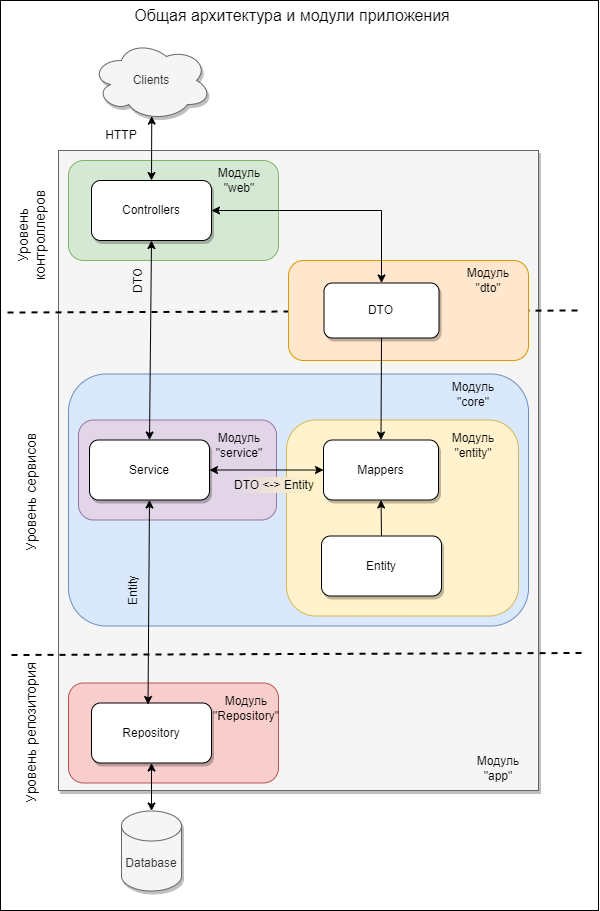
Before: docs/images/Scheme-architecture.png, a diagram exported from draw.io (borshchevskiy/Digital_Design_Project_Control_System). Source tidied: cells renumbered, new cells last; positions are measured from the earlier drawing's top-left corner, leaving out a move shared by most shapes.
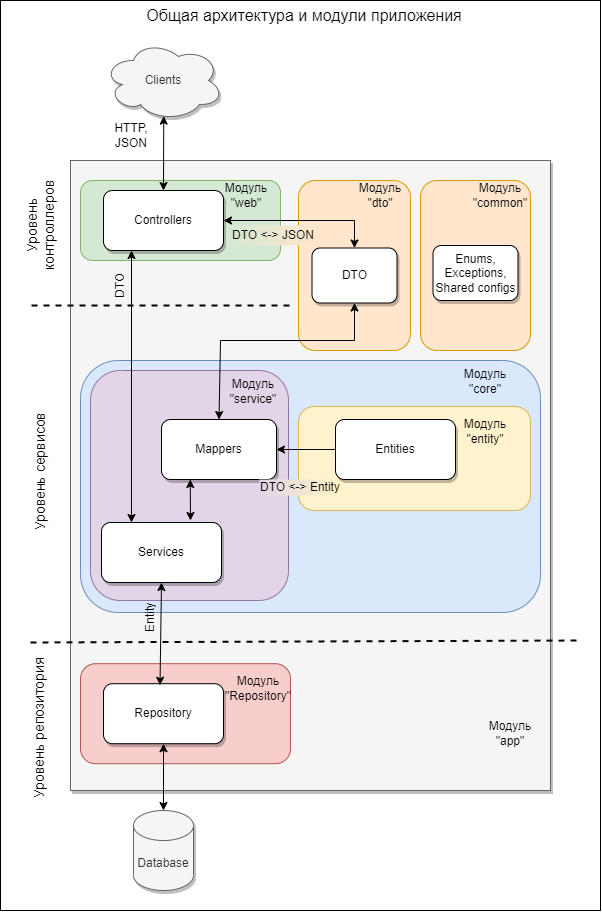
The same diagram one commit later.

What changed in the source:
```diff
@@ -1,92 +1,105 @@
-<mxGraphModel>
+<mxGraphModel background="#ffffff">
   <root>
     <mxCell id="0" />
     <mxCell id="1" parent="0" />
-    <mxCell id="2" style="rounded=0;whiteSpace=wrap;html=1;fillColor=none;" parent="1" vertex="1">
-      <mxGeometry x="45" width="598" height="910" as="geometry" />
-    </mxCell>
+    <mxCell id="43" style="rounded=0;whiteSpace=wrap;html=1;fillColor=none;" parent="1" vertex="1">
+      <mxGeometry x="33" width="600" height="910" as="geometry" />
+    </mxCell>
     <mxCell id="3" style="rounded=0;whiteSpace=wrap;html=1;fillColor=#f5f5f5;fontColor=#333333;strokeColor=#666666;shadow=1;" parent="1" vertex="1">
-      <mxGeometry x="103" y="150" width="480" height="640" as="geometry" />
+      <mxGeometry x="103" y="160" width="480" height="630" as="geometry" />
     </mxCell>
     <mxCell id="4" style="rounded=1;whiteSpace=wrap;html=1;fillColor=#dae8fc;strokeColor=#6c8ebf;" parent="1" vertex="1">
-      <mxGeometry x="113" y="373.5" width="460" height="252" as="geometry" />
+      <mxGeometry x="113" y="360" width="460" height="252" as="geometry" />
     </mxCell>
     <mxCell id="5" style="rounded=1;whiteSpace=wrap;html=1;fillColor=#fff2cc;strokeColor=#d6b656;" parent="1" vertex="1">
-      <mxGeometry x="331" y="419.5" width="232" height="196" as="geometry" />
+      <mxGeometry x="331" y="406" width="232" height="104" as="geometry" />
     </mxCell>
     <mxCell id="6" style="rounded=1;whiteSpace=wrap;html=1;fillColor=#e1d5e7;strokeColor=#9673a6;" parent="1" vertex="1">
-      <mxGeometry x="123" y="419.5" width="198" height="100" as="geometry" />
+      <mxGeometry x="123" y="370" width="198" height="230" as="geometry" />
     </mxCell>
+    <mxCell id="36" style="rounded=1;whiteSpace=wrap;html=1;fillColor=#ffe6cc;strokeColor=#d79b00;" parent="1" vertex="1">
+      <mxGeometry x="331" y="180" width="112" height="170" as="geometry" />
+    </mxCell>
     <mxCell id="7" style="rounded=1;whiteSpace=wrap;html=1;fillColor=#f8cecc;strokeColor=#b85450;" parent="1" vertex="1">
-      <mxGeometry x="113" y="682.5" width="210" height="100" as="geometry" />
+      <mxGeometry x="113" y="663.2" width="210" height="100" as="geometry" />
     </mxCell>
     <mxCell id="8" style="rounded=1;whiteSpace=wrap;html=1;fillColor=#d5e8d4;strokeColor=#82b366;" parent="1" vertex="1">
-      <mxGeometry x="113" y="160" width="210" height="100" as="geometry" />
+      <mxGeometry x="113" y="180" width="200" height="80" as="geometry" />
     </mxCell>
     <mxCell id="9" value="Controllers" style="rounded=1;whiteSpace=wrap;html=1;fillColor=default;strokeColor=default;glass=0;shadow=1;fillStyle=auto;" parent="1" vertex="1">
-      <mxGeometry x="136" y="180" width="120" height="60" as="geometry" />
+      <mxGeometry x="136" y="190" width="120" height="60" as="geometry" />
     </mxCell>
-    <mxCell id="10" value="HTTP" style="text;html=1;strokeColor=none;fillColor=none;align=center;verticalAlign=middle;whiteSpace=wrap;rounded=0;" parent="1" vertex="1">
-      <mxGeometry x="136" y="120" width="60" height="30" as="geometry" />
+    <mxCell id="10" value="HTTP,&lt;br&gt;JSON" style="text;html=1;strokeColor=none;fillColor=none;align=center;verticalAlign=middle;whiteSpace=wrap;rounded=0;" parent="1" vertex="1">
+      <mxGeometry x="134" y="120" width="60" height="30" as="geometry" />
     </mxCell>
     <mxCell id="11" style="endArrow=classic;html=1;rounded=0;exitX=0.5;exitY=0;exitDx=0;exitDy=0;entryX=0.502;entryY=0.945;entryDx=0;entryDy=0;entryPerimeter=0;startArrow=classic;startFill=1;" parent="1" edge="1" source="9" target="24">
       <mxGeometry relative="1" as="geometry" />
     </mxCell>
     <mxCell id="12" value="DTO" style="text;html=1;strokeColor=none;fillColor=none;align=center;verticalAlign=middle;whiteSpace=wrap;rounded=0;rotation=-90;" parent="1" vertex="1">
-      <mxGeometry x="153" y="265" width="60" height="30" as="geometry" />
+      <mxGeometry x="123" y="270" width="60" height="30" as="geometry" />
     </mxCell>
-    <mxCell id="13" value="Service" style="rounded=1;whiteSpace=wrap;html=1;shadow=1;" parent="1" vertex="1">
-      <mxGeometry x="134" y="439.5" width="120" height="60" as="geometry" />
+    <mxCell id="13" value="Services" style="rounded=1;whiteSpace=wrap;html=1;shadow=1;" parent="1" vertex="1">
+      <mxGeometry x="134" y="522" width="120" height="60" as="geometry" />
     </mxCell>
     <mxCell id="14" value="Mappers" style="rounded=1;whiteSpace=wrap;html=1;shadow=1;" parent="1" vertex="1">
-      <mxGeometry x="368" y="439.5" width="115" height="60" as="geometry" />
+      <mxGeometry x="194" y="419" width="115" height="60" as="geometry" />
     </mxCell>
     <mxCell id="15" value="Repository" style="rounded=1;whiteSpace=wrap;html=1;shadow=1;" parent="1" vertex="1">
-      <mxGeometry x="136" y="702.5" width="120" height="60" as="geometry" />
+      <mxGeometry x="136" y="683.2" width="120" height="60" as="geometry" />
     </mxCell>
     <mxCell id="16" value="Entity" style="text;html=1;strokeColor=none;fillColor=none;align=center;verticalAlign=middle;whiteSpace=wrap;rounded=0;rotation=-90;" parent="1" vertex="1">
-      <mxGeometry x="147" y="574.5" width="60" height="30" as="geometry" />
+      <mxGeometry x="153" y="602" width="60" height="30" as="geometry" />
     </mxCell>
     <mxCell id="17" value="Database" style="shape=cylinder3;whiteSpace=wrap;html=1;boundedLbl=1;backgroundOutline=1;size=15;fillColor=#f5f5f5;strokeColor=#666666;fontColor=#333333;shadow=1;" parent="1" vertex="1">
-      <mxGeometry x="166" y="810.5" width="60" height="80" as="geometry" />
+      <mxGeometry x="166" y="810" width="60" height="80" as="geometry" />
     </mxCell>
     <mxCell id="18" style="endArrow=classic;startArrow=classic;html=1;rounded=0;exitX=0.5;exitY=0;exitDx=0;exitDy=0;exitPerimeter=0;" parent="1" edge="1" source="17">
       <mxGeometry relative="1" as="geometry">
-        <mxPoint x="196" y="762.5" as="targetPoint" />
+        <mxPoint x="196" y="743.2" as="targetPoint" />
       </mxGeometry>
     </mxCell>
-    <mxCell id="19" style="endArrow=classic;startArrow=classic;html=1;rounded=0;exitX=0;exitY=0.5;exitDx=0;exitDy=0;entryX=1;entryY=0.5;entryDx=0;entryDy=0;startFill=1;endFill=1;" parent="1" edge="1" source="14" target="13">
-      <mxGeometry relative="1" as="geometry" />
+    <mxCell id="19" style="endArrow=classic;startArrow=classic;html=1;rounded=0;exitX=0.25;exitY=1;exitDx=0;exitDy=0;startFill=1;endFill=1;" parent="1" edge="1" source="14">
+      <mxGeometry relative="1" as="geometry">
+        <mxPoint x="223" y="520" as="targetPoint" />
+      </mxGeometry>
     </mxCell>
     <mxCell id="20" value="DTO &amp;lt;-&amp;gt; Entity" style="text;html=1;strokeColor=none;fillColor=#FFF4C3;align=center;verticalAlign=middle;whiteSpace=wrap;rounded=0;gradientColor=#E1D5E7;gradientDirection=west;shadow=0;glass=0;" parent="1" vertex="1">
-      <mxGeometry x="278" y="476.5" width="82" height="16" as="geometry" />
+      <mxGeometry x="292" y="479" width="82" height="16" as="geometry" />
     </mxCell>
     <mxCell id="21" value="Модуль&lt;br&gt;&quot;web&quot;" style="text;html=1;strokeColor=none;fillColor=none;align=center;verticalAlign=middle;whiteSpace=wrap;rounded=0;" parent="1" vertex="1">
-      <mxGeometry x="254" y="165" width="60" height="30" as="geometry" />
+      <mxGeometry x="249" y="180" width="60" height="30" as="geometry" />
     </mxCell>
     <mxCell id="22" value="Модуль&lt;br&gt;&quot;core&quot;" style="text;html=1;strokeColor=none;fillColor=none;align=center;verticalAlign=middle;whiteSpace=wrap;rounded=0;" parent="1" vertex="1">
-      <mxGeometry x="488" y="379.5" width="60" height="30" as="geometry" />
+      <mxGeometry x="488" y="366" width="60" height="30" as="geometry" />
     </mxCell>
     <mxCell id="23" value="Модуль&lt;br&gt;&quot;Repository&quot;" style="text;html=1;strokeColor=none;fillColor=none;align=center;verticalAlign=middle;whiteSpace=wrap;rounded=0;" parent="1" vertex="1">
-      <mxGeometry x="261" y="692.5" width="60" height="30" as="geometry" />
+      <mxGeometry x="261" y="673.2" width="60" height="30" as="geometry" />
     </mxCell>
     <mxCell id="24" value="Clients" style="ellipse;shape=cloud;whiteSpace=wrap;html=1;fillColor=#f5f5f5;fontColor=#333333;strokeColor=#666666;shadow=1;" parent="1" vertex="1">
       <mxGeometry x="136" y="40" width="120" height="80" as="geometry" />
     </mxCell>
+    <mxCell id="40" value="Модуль&lt;br&gt;&quot;dto&quot;" style="text;html=1;strokeColor=none;fillColor=none;align=center;verticalAlign=middle;whiteSpace=wrap;rounded=0;" parent="1" vertex="1">
+      <mxGeometry x="383" y="180" width="60" height="30" as="geometry" />
+    </mxCell>
+    <mxCell id="39" value="DTO" style="rounded=1;whiteSpace=wrap;html=1;shadow=1;" parent="1" vertex="1">
+      <mxGeometry x="344.5" y="247.5" width="85" height="55" as="geometry" />
+    </mxCell>
     <mxCell id="25" value="Модуль&lt;br&gt;&quot;service&quot;" style="text;html=1;strokeColor=none;fillColor=none;align=center;verticalAlign=middle;whiteSpace=wrap;rounded=0;" parent="1" vertex="1">
-      <mxGeometry x="254" y="429.5" width="60" height="30" as="geometry" />
+      <mxGeometry x="256" y="376" width="60" height="30" as="geometry" />
     </mxCell>
     <mxCell id="26" value="Модуль&lt;br&gt;&quot;entity&quot;" style="text;html=1;strokeColor=none;fillColor=none;align=center;verticalAlign=middle;whiteSpace=wrap;rounded=0;" parent="1" vertex="1">
-      <mxGeometry x="488" y="429.5" width="60" height="30" as="geometry" />
+      <mxGeometry x="488" y="416" width="60" height="30" as="geometry" />
     </mxCell>
-    <mxCell id="27" value="Entity" style="rounded=1;whiteSpace=wrap;html=1;shadow=1;" parent="1" vertex="1">
-      <mxGeometry x="366" y="535.5" width="120" height="60" as="geometry" />
+    <mxCell id="27" value="Entities" style="rounded=1;whiteSpace=wrap;html=1;shadow=1;" parent="1" vertex="1">
+      <mxGeometry x="368" y="419" width="120" height="60" as="geometry" />
     </mxCell>
-    <mxCell id="28" style="endArrow=classic;startArrow=none;html=1;rounded=0;entryX=0.5;entryY=1;entryDx=0;entryDy=0;exitX=0.5;exitY=0;exitDx=0;exitDy=0;startFill=0;" parent="1" edge="1" source="27" target="14">
+    <mxCell id="28" style="endArrow=classic;startArrow=none;html=1;rounded=0;entryX=1;entryY=0.5;entryDx=0;entryDy=0;exitX=0;exitY=0.5;exitDx=0;exitDy=0;startFill=0;" parent="1" edge="1" source="27" target="14">
       <mxGeometry relative="1" as="geometry" />
     </mxCell>
-    <mxCell id="29" style="endArrow=classic;startArrow=classic;html=1;rounded=0;entryX=0.5;entryY=1;entryDx=0;entryDy=0;exitX=0.5;exitY=0;exitDx=0;exitDy=0;" parent="1" edge="1" source="13" target="9">
-      <mxGeometry relative="1" as="geometry" />
+    <mxCell id="29" style="endArrow=classic;startArrow=classic;html=1;rounded=0;exitX=0.25;exitY=0;exitDx=0;exitDy=0;" parent="1" edge="1" source="13">
+      <mxGeometry relative="1" as="geometry">
+        <mxPoint x="164" y="250" as="targetPoint" />
+      </mxGeometry>
     </mxCell>
     <mxCell id="30" style="endArrow=classic;startArrow=classic;html=1;rounded=0;entryX=0.5;entryY=1;entryDx=0;entryDy=0;exitX=0.471;exitY=0.025;exitDx=0;exitDy=0;exitPerimeter=0;" parent="1" edge="1" source="15" target="13">
       <mxGeometry relative="1" as="geometry" />
@@ -95,43 +108,55 @@
       <mxGeometry x="165" width="344" height="30" as="geometry" />
     </mxCell>
     <mxCell id="32" value="Модуль&lt;br&gt;&quot;app&quot;" style="text;html=1;strokeColor=none;fillColor=none;align=center;verticalAlign=middle;whiteSpace=wrap;rounded=0;" parent="1" vertex="1">
-      <mxGeometry x="513" y="752.5" width="60" height="30" as="geometry" />
+      <mxGeometry x="513" y="718" width="60" height="30" as="geometry" />
     </mxCell>
-    <mxCell id="33" style="endArrow=none;dashed=1;html=1;rounded=0;strokeWidth=2;" parent="1" edge="1">
-      <mxGeometry relative="1" as="geometry">
-        <mxPoint x="52" y="312" as="sourcePoint" />
-        <mxPoint x="622" y="310" as="targetPoint" />
-      </mxGeometry>
-    </mxCell>
+    <mxCell id="44" style="endArrow=none;dashed=1;html=1;rounded=0;strokeWidth=2;" parent="1" edge="1">
+      <mxGeometry relative="1" as="geometry">
+        <mxPoint x="64" y="305" as="sourcePoint" />
+        <mxPoint x="324" y="305" as="targetPoint" />
+      </mxGeometry>
+    </mxCell>
+    <mxCell id="45" style="endArrow=none;dashed=1;html=1;rounded=0;strokeWidth=2;" parent="1" edge="1">
+      <mxGeometry relative="1" as="geometry">
+        <mxPoint x="63" y="642" as="sourcePoint" />
+        <mxPoint x="613" y="640" as="targetPoint" />
+      </mxGeometry>
+    </mxCell>
-    <mxCell id="34" value="&lt;font style=&quot;font-size: 14px;&quot;&gt;Уровень контроллеров&lt;/font&gt;" style="text;html=1;strokeColor=none;fillColor=none;align=center;verticalAlign=middle;whiteSpace=wrap;rounded=0;rotation=-90;" parent="1" vertex="1">
-      <mxGeometry x="13" y="220" width="125" height="30" as="geometry" />
+    <mxCell id="34" value="&lt;font style=&quot;font-size: 14px;&quot;&gt;Уровень контроллеров&lt;br&gt;&lt;/font&gt;" style="text;html=1;strokeColor=none;fillColor=none;align=center;verticalAlign=middle;whiteSpace=wrap;rounded=0;rotation=-90;" parent="1" vertex="1">
+      <mxGeometry x="9" y="210" width="127" height="30" as="geometry" />
     </mxCell>
-    <mxCell id="35" style="endArrow=none;dashed=1;html=1;rounded=0;strokeWidth=2;" parent="1" edge="1">
-      <mxGeometry relative="1" as="geometry">
-        <mxPoint x="56" y="654.5" as="sourcePoint" />
-        <mxPoint x="626" y="652.5" as="targetPoint" />
-      </mxGeometry>
-    </mxCell>
-    <mxCell id="36" style="rounded=1;whiteSpace=wrap;html=1;fillColor=#ffe6cc;strokeColor=#d79b00;" parent="1" vertex="1">
-      <mxGeometry x="333" y="260" width="240" height="100" as="geometry" />
-    </mxCell>
+    <mxCell id="38" value="&lt;font style=&quot;font-size: 14px;&quot;&gt;Уровень сервисов&lt;br&gt;&lt;/font&gt;" style="text;html=1;strokeColor=none;fillColor=none;align=center;verticalAlign=middle;whiteSpace=wrap;rounded=0;rotation=-90;" parent="1" vertex="1">
+      <mxGeometry x="9" y="456" width="127" height="30" as="geometry" />
+    </mxCell>
-    <mxCell id="37" value="&lt;font style=&quot;font-size: 14px;&quot;&gt;Уровень репозитория&lt;/font&gt;" style="text;html=1;strokeColor=none;fillColor=none;align=center;verticalAlign=middle;whiteSpace=wrap;rounded=0;rotation=-90;" parent="1" vertex="1">
-      <mxGeometry y="717.5" width="151" height="30" as="geometry" />
+    <mxCell id="37" value="&lt;font style=&quot;font-size: 14px;&quot;&gt;Уровень репозитория&lt;br&gt;&lt;/font&gt;" style="text;html=1;strokeColor=none;fillColor=none;align=center;verticalAlign=middle;whiteSpace=wrap;rounded=0;rotation=-90;" parent="1" vertex="1">
+      <mxGeometry x="-0.5" y="713.2" width="146" height="30" as="geometry" />
     </mxCell>
-    <mxCell id="38" value="&lt;font style=&quot;font-size: 14px;&quot;&gt;Уровень сервисов&lt;/font&gt;" style="text;html=1;strokeColor=none;fillColor=none;align=center;verticalAlign=middle;whiteSpace=wrap;rounded=0;rotation=-90;" parent="1" vertex="1">
-      <mxGeometry x="8" y="476.5" width="135" height="30" as="geometry" />
-    </mxCell>
-    <mxCell id="39" value="DTO" style="rounded=1;whiteSpace=wrap;html=1;shadow=1;" parent="1" vertex="1">
-      <mxGeometry x="368.5" y="282.5" width="115" height="55" as="geometry" />
-    </mxCell>
-    <mxCell id="40" value="Модуль&lt;br&gt;&quot;dto&quot;" style="text;html=1;strokeColor=none;fillColor=none;align=center;verticalAlign=middle;whiteSpace=wrap;rounded=0;" parent="1" vertex="1">
-      <mxGeometry x="503" y="265" width="60" height="30" as="geometry" />
-    </mxCell>
+    <mxCell id="46" style="rounded=1;whiteSpace=wrap;html=1;fillColor=#ffe6cc;strokeColor=#d79b00;" parent="1" vertex="1">
+      <mxGeometry x="453" y="180" width="110" height="170" as="geometry" />
+    </mxCell>
+    <mxCell id="47" value="DTO &amp;lt;-&amp;gt; JSON" style="text;html=1;strokeColor=none;fillColor=#ffe6cc;align=center;verticalAlign=middle;whiteSpace=wrap;rounded=0;gradientDirection=west;gradientColor=#D5E8D4;" parent="1" vertex="1">
+      <mxGeometry x="261" y="225" width="90" height="20" as="geometry" />
+    </mxCell>
+    <mxCell id="48" value="Модуль&lt;br&gt;&quot;common&quot;" style="text;html=1;strokeColor=none;fillColor=none;align=center;verticalAlign=middle;whiteSpace=wrap;rounded=0;" parent="1" vertex="1">
+      <mxGeometry x="503" y="180" width="60" height="30" as="geometry" />
+    </mxCell>
+    <mxCell id="49" value="Enums, Exceptions, Shared configs" style="rounded=1;whiteSpace=wrap;html=1;shadow=1;" parent="1" vertex="1">
+      <mxGeometry x="465.5" y="245" width="85" height="55" as="geometry" />
+    </mxCell>
+    <mxCell id="50" style="endArrow=classic;startArrow=classic;html=1;rounded=0;entryX=0.5;entryY=0;entryDx=0;entryDy=0;exitX=1;exitY=0.5;exitDx=0;exitDy=0;" parent="1" edge="1" source="9" target="39">
+      <mxGeometry relative="1" as="geometry">
+        <Array as="points">
+          <mxPoint x="387" y="220" />
+        </Array>
+      </mxGeometry>
+    </mxCell>
-    <mxCell id="41" style="endArrow=none;startArrow=classic;html=1;rounded=0;entryX=0.5;entryY=1;entryDx=0;entryDy=0;exitX=0.5;exitY=0;exitDx=0;exitDy=0;startFill=1;endFill=0;" parent="1" edge="1" source="14" target="39">
-      <mxGeometry relative="1" as="geometry" />
+    <mxCell id="41" style="endArrow=classic;startArrow=classic;html=1;rounded=0;entryX=0.5;entryY=1;entryDx=0;entryDy=0;exitX=0.5;exitY=0;exitDx=0;exitDy=0;" parent="1" edge="1" source="14" target="39">
+      <mxGeometry relative="1" as="geometry">
+        <Array as="points">
+          <mxPoint x="253" y="340" />
+          <mxPoint x="387" y="340" />
+        </Array>
+      </mxGeometry>
     </mxCell>
-    <mxCell id="42" style="endArrow=classic;startArrow=classic;html=1;rounded=0;entryX=1;entryY=0.5;entryDx=0;entryDy=0;edgeStyle=orthogonalEdgeStyle;endFill=1;startFill=1;exitX=0.5;exitY=0;exitDx=0;exitDy=0;" parent="1" edge="1" source="39" target="9">
-      <mxGeometry relative="1" as="geometry" />
-    </mxCell>
   </root>
 </mxGraphModel>
```
